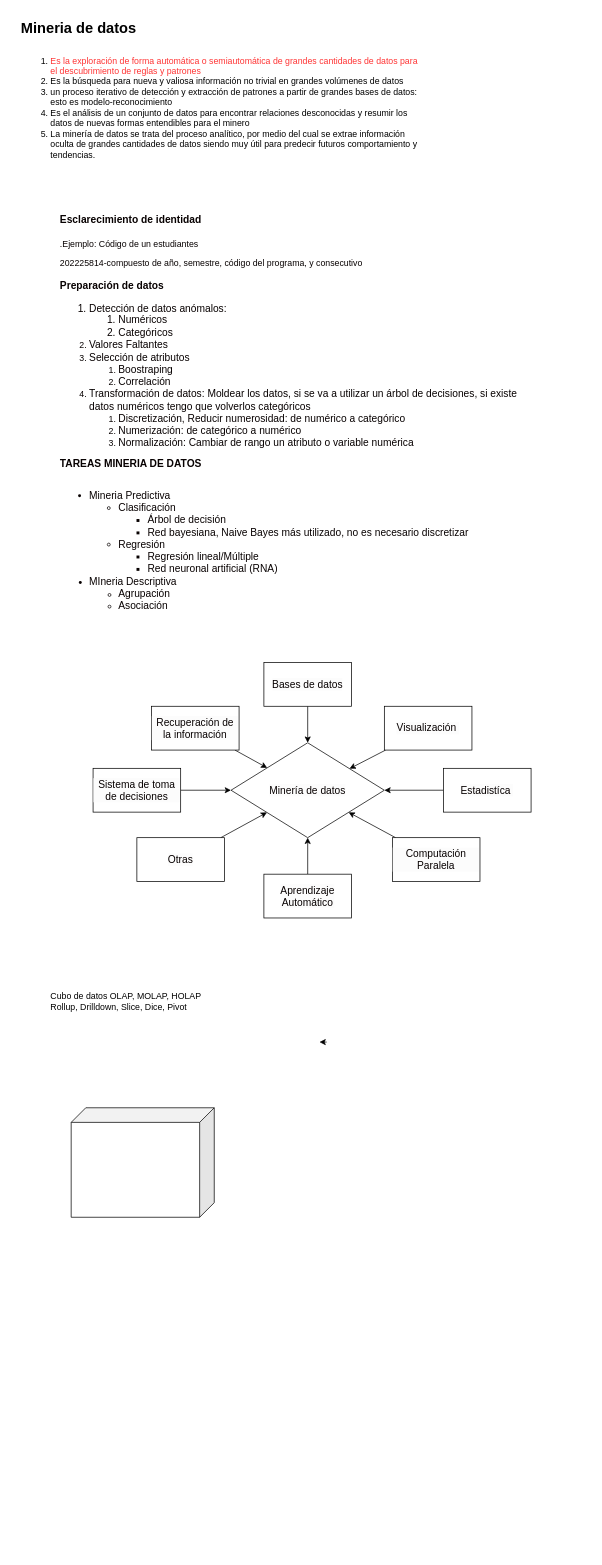
jesalazaro/ER-diagrams keeps this draw.io diagram as claseMineria.drawio. Above is the earlier version. Source tidied: cells renumbered, new cells numbered last; positions are measured from the earlier drawing's top-left corner, leaving out a move shared by most shapes. Both pictures are drawn from the tidied source at 73%, with x=0, y=0 at pixel (12, 12).
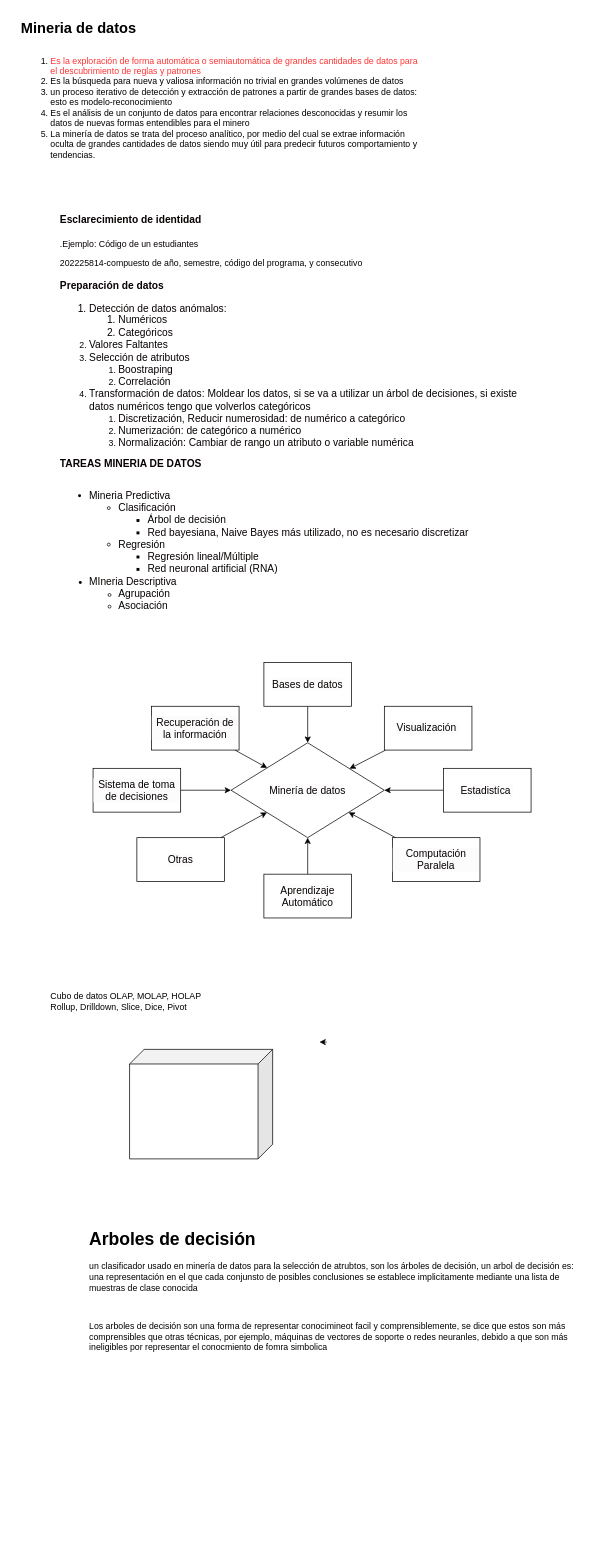
The same diagram, later.

What changed in the source:
```diff
@@
     <mxCell id="23" style="shape=cube;whiteSpace=wrap;html=1;boundedLbl=1;backgroundOutline=1;darkOpacity=0.05;darkOpacity2=0.1;gradientColor=none;direction=east;flipH=1;" parent="1" vertex="1">
-      <mxGeometry x="80" y="1500" width="196" height="150" as="geometry" />
+      <mxGeometry x="160" y="1420" width="196" height="150" as="geometry" />
     </mxCell>
@@
+    <mxCell id="25" value="&lt;h1&gt;Arboles de decisión&lt;/h1&gt;&lt;p&gt;un clasificador usado en minería de datos para la selección de atrubtos, son los árboles de decisión, un arbol de decisión es: una representación en el que cada conjunsto de posibles conclusiones se establece implicitamente mediante una lista de muestras de clase conocida&lt;/p&gt;&lt;p&gt;&lt;br&gt;&lt;/p&gt;&lt;p&gt;Los arboles de decisión son una forma de representar conocimineot facil y comprensiblemente, se dice que estos son más comprensibles que otras técnicas, por ejemplo, máquinas de vectores de soporte o redes neuranles, debido a que son más ineligibles por representar el conocmiento de fomra simbolica&lt;/p&gt;&lt;p&gt;&lt;br&gt;&lt;/p&gt;&lt;p&gt;&lt;br&gt;&lt;/p&gt;&lt;p&gt;&lt;br&gt;&lt;/p&gt;&lt;p&gt;&lt;br&gt;&lt;/p&gt;&lt;p&gt;&lt;br&gt;&lt;/p&gt;&lt;p&gt;&lt;br&gt;&lt;/p&gt;&lt;p&gt;&lt;br&gt;&lt;/p&gt;" style="text;html=1;strokeColor=none;fillColor=none;spacing=5;spacingTop=-20;whiteSpace=wrap;overflow=hidden;rounded=0;" parent="1" vertex="1">
+      <mxGeometry x="100" y="1660" width="690" height="450" as="geometry" />
+    </mxCell>
```
